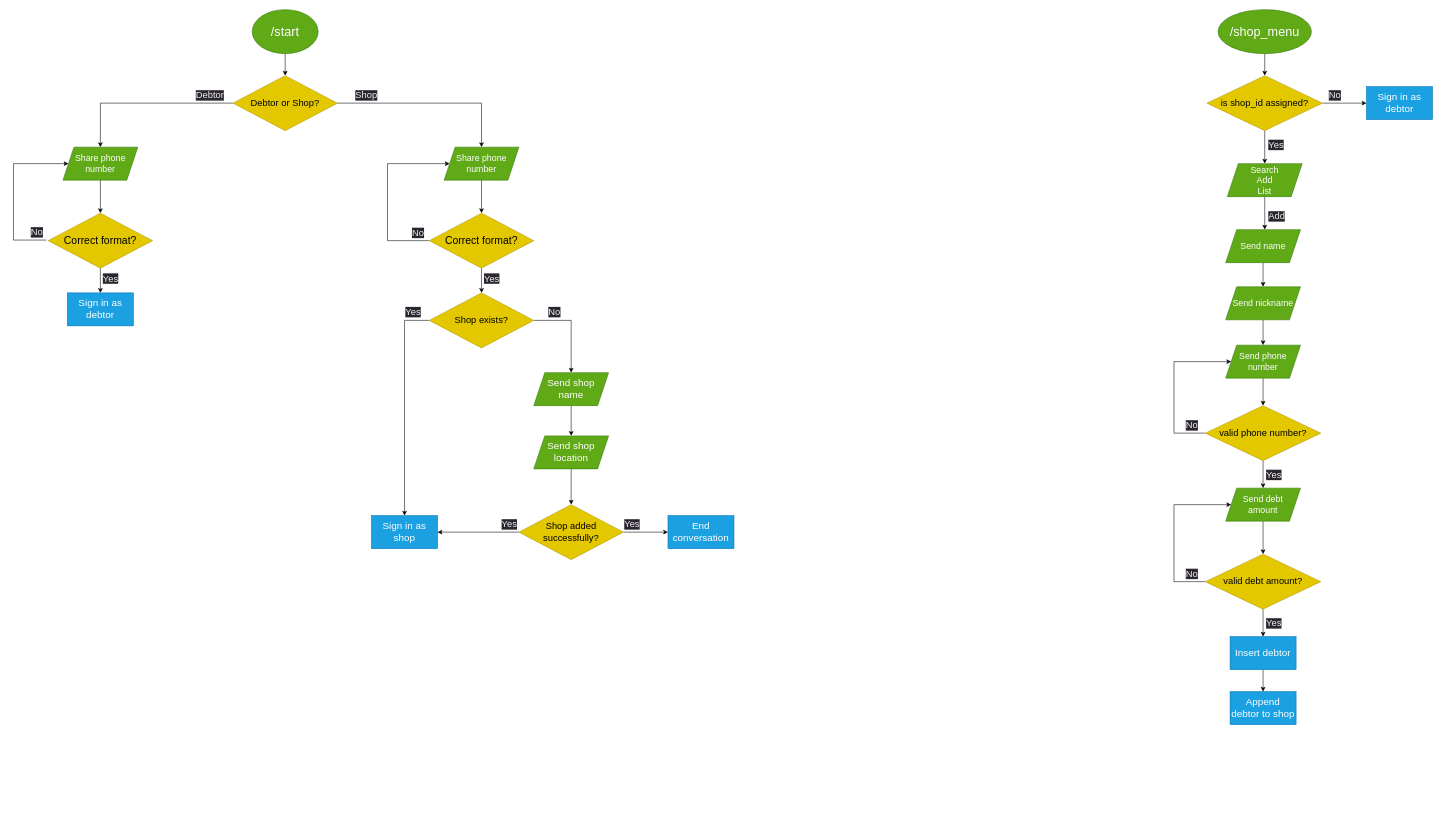
sukhrobyangibaev/qarz_daftar keeps this draw.io diagram as flowchart.drawio. Above is the earlier version. Source tidied: cells renumbered, new cells numbered last; positions are measured from the earlier drawing's top-left corner, leaving out a move shared by most shapes. Both pictures are drawn from the tidied source at 55%, with x=0, y=0 at pixel (13, 9).
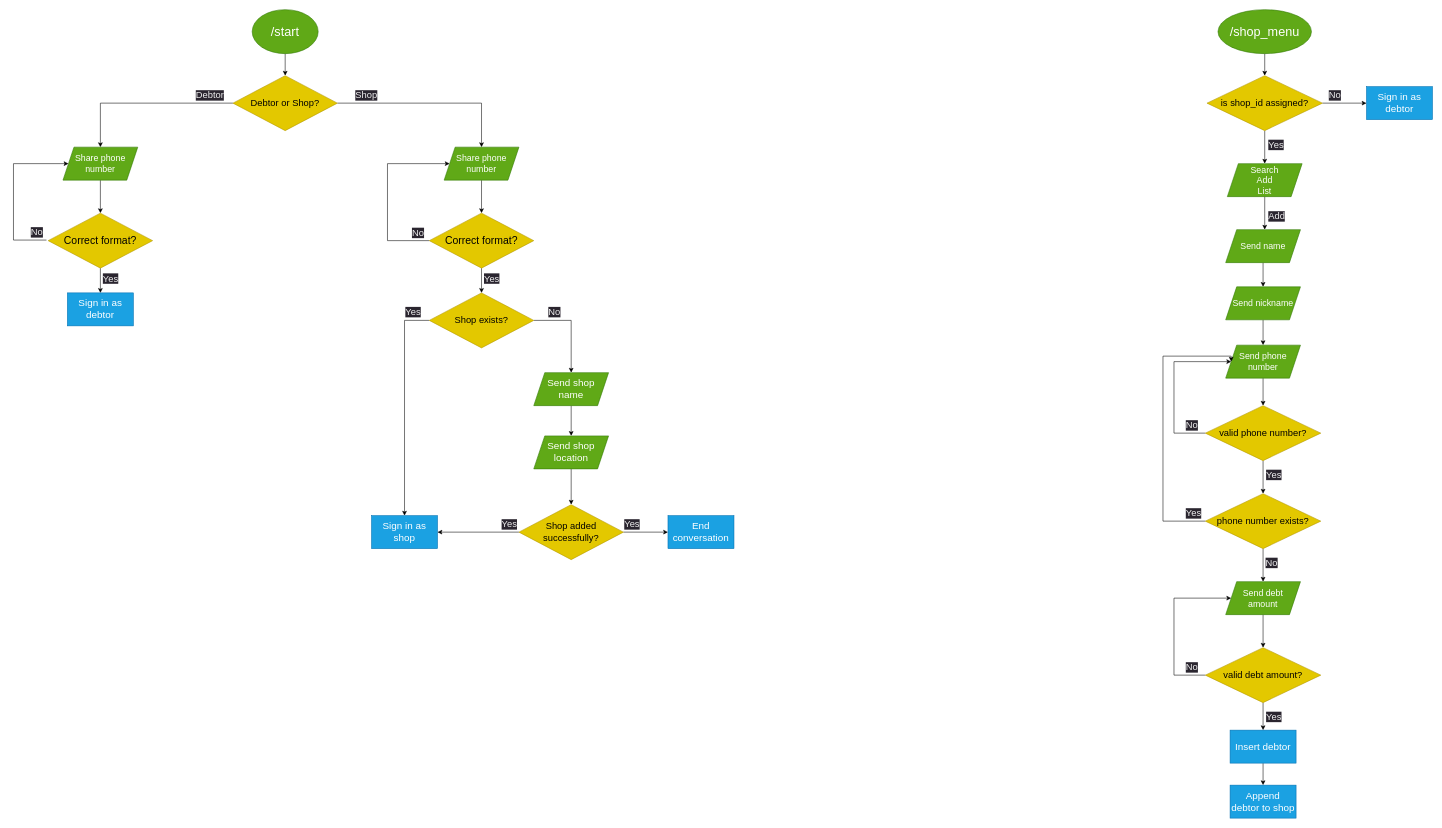
Above is the later version.

Commit message (it also covers changes not shown here):
check if phone number is already exists

Unchanged cells that the change refers to:
```xml
<mxCell id="56" value="&lt;font style=&quot;font-size: 16px;&quot;&gt;Send phone number&lt;br&gt;&lt;/font&gt;" style="shape=parallelogram;perimeter=parallelogramPerimeter;whiteSpace=wrap;html=1;fixedSize=1;fillColor=#60a917;fontColor=#ffffff;strokeColor=#2D7600;" parent="1" vertex="1">
  <mxGeometry x="2204" y="610" width="136" height="60" as="geometry" />
</mxCell>
<mxCell id="59" value="&lt;font style=&quot;font-size: 17px;&quot;&gt;valid phone number?&lt;/font&gt;" style="rhombus;whiteSpace=wrap;html=1;fillColor=#e3c800;fontColor=#000000;strokeColor=#B09500;" parent="1" vertex="1">
  <mxGeometry x="2167" y="720" width="210" height="100" as="geometry" />
</mxCell>
```

The edit, as a diff of the source:
```diff
@@
-    <mxCell id="58" style="edgeStyle=orthogonalEdgeStyle;rounded=0;jettySize=auto;html=1;exitX=0.5;exitY=1;exitDx=0;exitDy=0;entryX=0.5;entryY=0;entryDx=0;entryDy=0;" parent="1" edge="1" source="59" target="62">
-      <mxGeometry relative="1" as="geometry" />
-    </mxCell>
+    <mxCell id="72" style="edgeStyle=orthogonalEdgeStyle;rounded=0;jettySize=auto;html=1;exitX=0.5;exitY=1;exitDx=0;exitDy=0;entryX=0.5;entryY=0;entryDx=0;entryDy=0;" parent="1" edge="1" source="59" target="75">
+      <mxGeometry relative="1" as="geometry" />
+    </mxCell>
@@
     <mxCell id="62" value="&lt;font style=&quot;font-size: 16px;&quot;&gt;Send debt &lt;br&gt;amount&lt;br&gt;&lt;/font&gt;" style="shape=parallelogram;perimeter=parallelogramPerimeter;whiteSpace=wrap;html=1;fixedSize=1;fillColor=#60a917;fontColor=#ffffff;strokeColor=#2D7600;" parent="1" vertex="1">
-      <mxGeometry x="2204" y="870" width="136" height="60" as="geometry" />
+      <mxGeometry x="2204" y="1040" width="136" height="60" as="geometry" />
     </mxCell>
@@
     <mxCell id="64" style="edgeStyle=orthogonalEdgeStyle;rounded=0;jettySize=auto;html=1;exitX=0;exitY=0.5;exitDx=0;exitDy=0;entryX=0;entryY=0.5;entryDx=0;entryDy=0;" parent="1" edge="1" source="66" target="62">
       <mxGeometry relative="1" as="geometry">
         <Array as="points">
-          <mxPoint x="2110" y="1040" />
-          <mxPoint x="2110" y="900" />
+          <mxPoint x="2110" y="1210" />
+          <mxPoint x="2110" y="1070" />
         </Array>
       </mxGeometry>
     </mxCell>
@@
     <mxCell id="66" value="&lt;font style=&quot;font-size: 17px;&quot;&gt;valid debt amount?&lt;/font&gt;" style="rhombus;whiteSpace=wrap;html=1;fillColor=#e3c800;fontColor=#000000;strokeColor=#B09500;" parent="1" vertex="1">
-      <mxGeometry x="2167" y="990" width="210" height="100" as="geometry" />
+      <mxGeometry x="2167" y="1160" width="210" height="100" as="geometry" />
     </mxCell>
     <mxCell id="67" value="&lt;span style=&quot;color: rgb(240, 240, 240); font-family: Helvetica; font-size: 17px; font-style: normal; font-variant-ligatures: normal; font-variant-caps: normal; font-weight: 400; letter-spacing: normal; orphans: 2; text-align: center; text-indent: 0px; text-transform: none; widows: 2; word-spacing: 0px; -webkit-text-stroke-width: 0px; background-color: rgb(42, 37, 47); text-decoration-thickness: initial; text-decoration-style: initial; text-decoration-color: initial; float: none; display: inline !important;&quot;&gt;No&lt;/span&gt;" style="text;whiteSpace=wrap;html=1;" parent="1" vertex="1">
-      <mxGeometry x="2130" y="1010" width="60" height="30" as="geometry" />
+      <mxGeometry x="2130" y="1180" width="60" height="30" as="geometry" />
     </mxCell>
     <mxCell id="68" value="&lt;span style=&quot;color: rgb(240, 240, 240); font-family: Helvetica; font-size: 17px; font-style: normal; font-variant-ligatures: normal; font-variant-caps: normal; font-weight: 400; letter-spacing: normal; orphans: 2; text-align: center; text-indent: 0px; text-transform: none; widows: 2; word-spacing: 0px; -webkit-text-stroke-width: 0px; background-color: rgb(42, 37, 47); text-decoration-thickness: initial; text-decoration-style: initial; text-decoration-color: initial; float: none; display: inline !important;&quot;&gt;Yes&lt;/span&gt;" style="text;whiteSpace=wrap;html=1;" parent="1" vertex="1">
-      <mxGeometry x="2276" y="1100" width="60" height="30" as="geometry" />
+      <mxGeometry x="2276" y="1270" width="60" height="30" as="geometry" />
     </mxCell>
@@
     <mxCell id="70" value="&lt;font style=&quot;font-size: 18px;&quot;&gt;Insert debtor&lt;/font&gt;" style="rounded=0;whiteSpace=wrap;html=1;fillColor=#1ba1e2;fontColor=#ffffff;strokeColor=#006EAF;" parent="1" vertex="1">
-      <mxGeometry x="2212" y="1140" width="120" height="60" as="geometry" />
+      <mxGeometry x="2212" y="1310" width="120" height="60" as="geometry" />
     </mxCell>
     <mxCell id="71" value="&lt;span style=&quot;font-size: 18px;&quot;&gt;Append debtor to shop&lt;/span&gt;" style="rounded=0;whiteSpace=wrap;html=1;fillColor=#1ba1e2;fontColor=#ffffff;strokeColor=#006EAF;" parent="1" vertex="1">
-      <mxGeometry x="2212" y="1240" width="120" height="60" as="geometry" />
+      <mxGeometry x="2212" y="1410" width="120" height="60" as="geometry" />
     </mxCell>
+    <mxCell id="73" style="edgeStyle=orthogonalEdgeStyle;rounded=0;jettySize=auto;html=1;exitX=0;exitY=0.5;exitDx=0;exitDy=0;entryX=0;entryY=0.5;entryDx=0;entryDy=0;" parent="1" edge="1" source="75" target="56">
+      <mxGeometry relative="1" as="geometry">
+        <Array as="points">
+          <mxPoint x="2090" y="930" />
+          <mxPoint x="2090" y="630" />
+          <mxPoint x="2214" y="630" />
+        </Array>
+      </mxGeometry>
+    </mxCell>
+    <mxCell id="74" style="edgeStyle=orthogonalEdgeStyle;rounded=0;jettySize=auto;html=1;exitX=0.5;exitY=1;exitDx=0;exitDy=0;entryX=0.5;entryY=0;entryDx=0;entryDy=0;" parent="1" edge="1" source="75" target="62">
+      <mxGeometry relative="1" as="geometry" />
+    </mxCell>
+    <mxCell id="75" value="&lt;span style=&quot;font-size: 17px;&quot;&gt;phone number exists?&lt;/span&gt;" style="rhombus;whiteSpace=wrap;html=1;fillColor=#e3c800;fontColor=#000000;strokeColor=#B09500;" parent="1" vertex="1">
+      <mxGeometry x="2167" y="880" width="210" height="100" as="geometry" />
+    </mxCell>
+    <mxCell id="76" value="&lt;span style=&quot;color: rgb(240, 240, 240); font-family: Helvetica; font-size: 17px; font-style: normal; font-variant-ligatures: normal; font-variant-caps: normal; font-weight: 400; letter-spacing: normal; orphans: 2; text-align: center; text-indent: 0px; text-transform: none; widows: 2; word-spacing: 0px; -webkit-text-stroke-width: 0px; background-color: rgb(42, 37, 47); text-decoration-thickness: initial; text-decoration-style: initial; text-decoration-color: initial; float: none; display: inline !important;&quot;&gt;Yes&lt;/span&gt;" style="text;whiteSpace=wrap;html=1;" parent="1" vertex="1">
+      <mxGeometry x="2130" y="900" width="60" height="30" as="geometry" />
+    </mxCell>
+    <mxCell id="77" value="&lt;span style=&quot;color: rgb(240, 240, 240); font-family: Helvetica; font-size: 17px; font-style: normal; font-variant-ligatures: normal; font-variant-caps: normal; font-weight: 400; letter-spacing: normal; orphans: 2; text-align: center; text-indent: 0px; text-transform: none; widows: 2; word-spacing: 0px; -webkit-text-stroke-width: 0px; background-color: rgb(42, 37, 47); text-decoration-thickness: initial; text-decoration-style: initial; text-decoration-color: initial; float: none; display: inline !important;&quot;&gt;No&lt;/span&gt;" style="text;whiteSpace=wrap;html=1;" parent="1" vertex="1">
+      <mxGeometry x="2275" y="990" width="60" height="30" as="geometry" />
+    </mxCell>
```
